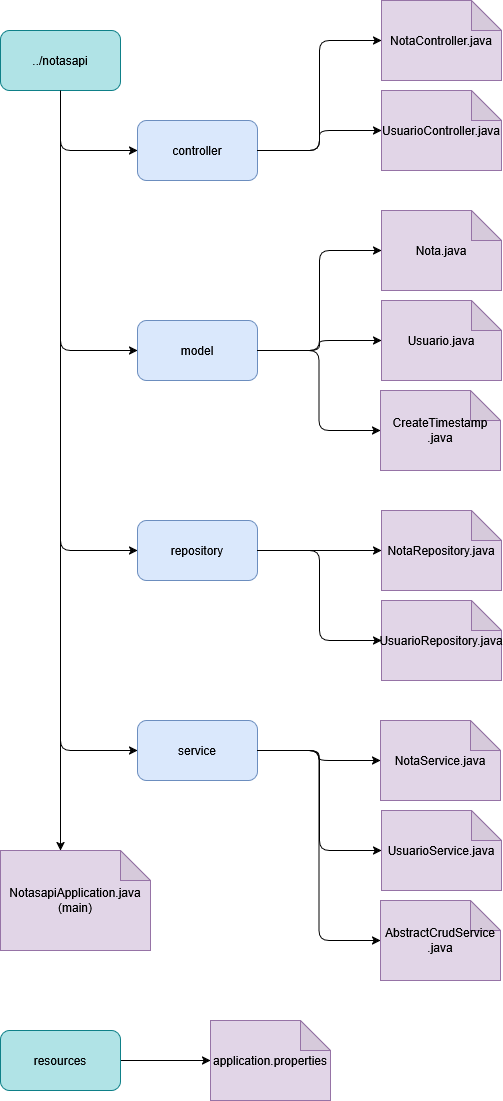
Above: imag/Estructura.png in pidaisaca/Actividad-Final-Integrada-UT6-y-UT7 (draw.io), before the change. Source tidied: cells renumbered, new cells last; positions are measured from the earlier drawing's top-left corner, leaving out a move shared by most shapes. Its diagram source:
```xml
<mxGraphModel background="#ffffff">
  <root>
    <mxCell id="0" />
    <mxCell id="1" parent="0" />
    <mxCell id="2" style="edgeStyle=orthogonalEdgeStyle;rounded=1;jettySize=auto;html=1;entryX=0;entryY=0.5;entryDx=0;entryDy=0;exitX=0.5;exitY=1;exitDx=0;exitDy=0;" parent="1" edge="1" source="6" target="7">
      <mxGeometry relative="1" as="geometry" />
    </mxCell>
    <mxCell id="3" style="edgeStyle=orthogonalEdgeStyle;rounded=1;jettySize=auto;html=1;exitX=0.5;exitY=1;exitDx=0;exitDy=0;entryX=0;entryY=0.5;entryDx=0;entryDy=0;" parent="1" edge="1" source="6" target="8">
      <mxGeometry relative="1" as="geometry" />
    </mxCell>
    <mxCell id="4" style="edgeStyle=orthogonalEdgeStyle;rounded=1;jettySize=auto;html=1;exitX=0.5;exitY=1;exitDx=0;exitDy=0;entryX=0;entryY=0.5;entryDx=0;entryDy=0;" parent="1" edge="1" source="6" target="9">
      <mxGeometry relative="1" as="geometry" />
    </mxCell>
    <mxCell id="5" style="edgeStyle=orthogonalEdgeStyle;rounded=1;jettySize=auto;html=1;exitX=0.5;exitY=1;exitDx=0;exitDy=0;entryX=0;entryY=0.5;entryDx=0;entryDy=0;" parent="1" edge="1" source="6" target="10">
      <mxGeometry relative="1" as="geometry" />
    </mxCell>
    <mxCell id="6" value="../notasapi" style="rounded=1;whiteSpace=wrap;html=1;fillColor=#b0e3e6;strokeColor=#0e8088;" parent="1" vertex="1">
      <mxGeometry y="30" width="120" height="60" as="geometry" />
    </mxCell>
    <mxCell id="7" value="controller" style="rounded=1;whiteSpace=wrap;html=1;fillColor=#dae8fc;strokeColor=#6c8ebf;" parent="1" vertex="1">
      <mxGeometry x="137" y="120" width="120" height="60" as="geometry" />
    </mxCell>
    <mxCell id="8" value="model" style="rounded=1;whiteSpace=wrap;html=1;fillColor=#dae8fc;strokeColor=#6c8ebf;" parent="1" vertex="1">
      <mxGeometry x="137" y="320" width="120" height="60" as="geometry" />
    </mxCell>
    <mxCell id="9" value="repository" style="rounded=1;whiteSpace=wrap;html=1;fillColor=#dae8fc;strokeColor=#6c8ebf;" parent="1" vertex="1">
      <mxGeometry x="137" y="520" width="120" height="60" as="geometry" />
    </mxCell>
    <mxCell id="10" value="service" style="rounded=1;whiteSpace=wrap;html=1;fillColor=#dae8fc;strokeColor=#6c8ebf;" parent="1" vertex="1">
      <mxGeometry x="137" y="720" width="120" height="60" as="geometry" />
    </mxCell>
    <mxCell id="11" value="NotaController.java" style="shape=note;whiteSpace=wrap;html=1;backgroundOutline=1;darkOpacity=0.05;fillStyle=auto;fillColor=#e1d5e7;strokeColor=#9673a6;rounded=1;" parent="1" vertex="1">
      <mxGeometry x="381" width="120" height="80" as="geometry" />
    </mxCell>
    <mxCell id="12" value="UsuarioController.java" style="shape=note;whiteSpace=wrap;html=1;backgroundOutline=1;darkOpacity=0.05;fillColor=#e1d5e7;strokeColor=#9673a6;rounded=1;" parent="1" vertex="1">
      <mxGeometry x="381" y="90" width="120" height="80" as="geometry" />
    </mxCell>
    <mxCell id="13" style="edgeStyle=orthogonalEdgeStyle;rounded=1;jettySize=auto;html=1;exitX=1;exitY=0.5;exitDx=0;exitDy=0;entryX=0;entryY=0.5;entryDx=0;entryDy=0;entryPerimeter=0;" parent="1" edge="1" source="7" target="12">
      <mxGeometry relative="1" as="geometry" />
    </mxCell>
    <mxCell id="14" style="edgeStyle=orthogonalEdgeStyle;rounded=1;jettySize=auto;html=1;exitX=1;exitY=0.5;exitDx=0;exitDy=0;entryX=0;entryY=0.5;entryDx=0;entryDy=0;entryPerimeter=0;" parent="1" edge="1" source="7" target="11">
      <mxGeometry relative="1" as="geometry" />
    </mxCell>
    <mxCell id="15" value="Nota.java" style="shape=note;whiteSpace=wrap;html=1;backgroundOutline=1;darkOpacity=0.05;fillColor=#e1d5e7;strokeColor=#9673a6;rounded=1;" parent="1" vertex="1">
      <mxGeometry x="381" y="210" width="120" height="80" as="geometry" />
    </mxCell>
    <mxCell id="16" value="Usuario.java" style="shape=note;whiteSpace=wrap;html=1;backgroundOutline=1;darkOpacity=0.05;fillColor=#e1d5e7;strokeColor=#9673a6;rounded=1;" parent="1" vertex="1">
      <mxGeometry x="381" y="300" width="120" height="80" as="geometry" />
    </mxCell>
    <mxCell id="17" value="NotaRepository.java" style="shape=note;whiteSpace=wrap;html=1;backgroundOutline=1;darkOpacity=0.05;fillColor=#e1d5e7;strokeColor=#9673a6;rounded=1;" parent="1" vertex="1">
      <mxGeometry x="381" y="510" width="120" height="80" as="geometry" />
    </mxCell>
    <mxCell id="18" value="UsuarioRepository.java" style="shape=note;whiteSpace=wrap;html=1;backgroundOutline=1;darkOpacity=0.05;fillColor=#e1d5e7;strokeColor=#9673a6;rounded=1;" parent="1" vertex="1">
      <mxGeometry x="381" y="600" width="120" height="80" as="geometry" />
    </mxCell>
    <mxCell id="19" value="NotaService.java" style="shape=note;whiteSpace=wrap;html=1;backgroundOutline=1;darkOpacity=0.05;fillColor=#e1d5e7;strokeColor=#9673a6;rounded=1;" parent="1" vertex="1">
      <mxGeometry x="380" y="720" width="120" height="80" as="geometry" />
    </mxCell>
    <mxCell id="20" value="UsuarioService.java" style="shape=note;whiteSpace=wrap;html=1;backgroundOutline=1;darkOpacity=0.05;fillColor=#e1d5e7;strokeColor=#9673a6;rounded=1;" parent="1" vertex="1">
      <mxGeometry x="381" y="810" width="120" height="80" as="geometry" />
    </mxCell>
    <mxCell id="21" style="edgeStyle=orthogonalEdgeStyle;rounded=1;jettySize=auto;html=1;exitX=1;exitY=0.5;exitDx=0;exitDy=0;entryX=0;entryY=0.5;entryDx=0;entryDy=0;entryPerimeter=0;" parent="1" edge="1" source="8" target="15">
      <mxGeometry relative="1" as="geometry" />
    </mxCell>
    <mxCell id="22" style="edgeStyle=orthogonalEdgeStyle;rounded=1;jettySize=auto;html=1;exitX=1;exitY=0.5;exitDx=0;exitDy=0;entryX=0;entryY=0.5;entryDx=0;entryDy=0;entryPerimeter=0;" parent="1" edge="1" source="8" target="16">
      <mxGeometry relative="1" as="geometry" />
    </mxCell>
    <mxCell id="23" style="edgeStyle=orthogonalEdgeStyle;rounded=1;jettySize=auto;html=1;exitX=1;exitY=0.5;exitDx=0;exitDy=0;entryX=0;entryY=0.5;entryDx=0;entryDy=0;entryPerimeter=0;" parent="1" edge="1" source="9" target="17">
      <mxGeometry relative="1" as="geometry" />
    </mxCell>
    <mxCell id="24" style="edgeStyle=orthogonalEdgeStyle;rounded=1;jettySize=auto;html=1;exitX=1;exitY=0.5;exitDx=0;exitDy=0;entryX=0;entryY=0.5;entryDx=0;entryDy=0;entryPerimeter=0;" parent="1" edge="1" source="9" target="18">
      <mxGeometry relative="1" as="geometry" />
    </mxCell>
    <mxCell id="25" style="edgeStyle=orthogonalEdgeStyle;rounded=1;jettySize=auto;html=1;exitX=1;exitY=0.5;exitDx=0;exitDy=0;entryX=0;entryY=0.5;entryDx=0;entryDy=0;entryPerimeter=0;" parent="1" edge="1" source="10" target="19">
      <mxGeometry relative="1" as="geometry" />
    </mxCell>
    <mxCell id="26" style="edgeStyle=orthogonalEdgeStyle;rounded=1;jettySize=auto;html=1;exitX=1;exitY=0.5;exitDx=0;exitDy=0;entryX=0;entryY=0.5;entryDx=0;entryDy=0;entryPerimeter=0;" parent="1" edge="1" source="10" target="20">
      <mxGeometry relative="1" as="geometry" />
    </mxCell>
    <mxCell id="27" value="&lt;div&gt;NotasapiApplication.java&lt;br&gt;(main)&lt;/div&gt;" style="shape=note;whiteSpace=wrap;html=1;backgroundOutline=1;darkOpacity=0.05;fillColor=#e1d5e7;strokeColor=#9673a6;rounded=1;" parent="1" vertex="1">
      <mxGeometry y="850" width="150" height="100" as="geometry" />
    </mxCell>
    <mxCell id="28" style="edgeStyle=orthogonalEdgeStyle;rounded=1;jettySize=auto;html=1;exitX=0.5;exitY=1;exitDx=0;exitDy=0;entryX=0;entryY=0;entryDx=60;entryDy=0;entryPerimeter=0;" parent="1" edge="1" source="6" target="27">
      <mxGeometry relative="1" as="geometry" />
    </mxCell>
    <mxCell id="29" style="edgeStyle=orthogonalEdgeStyle;rounded=1;jettySize=auto;html=1;" parent="1" edge="1" source="30" target="31">
      <mxGeometry relative="1" as="geometry" />
    </mxCell>
    <mxCell id="30" value="resources" style="rounded=1;whiteSpace=wrap;html=1;fillColor=#b0e3e6;strokeColor=#0e8088;" parent="1" vertex="1">
      <mxGeometry y="1030" width="120" height="60" as="geometry" />
    </mxCell>
    <mxCell id="31" value="application.properties" style="shape=note;whiteSpace=wrap;html=1;backgroundOutline=1;darkOpacity=0.05;fillColor=#e1d5e7;strokeColor=#9673a6;rounded=1;" parent="1" vertex="1">
      <mxGeometry x="210" y="1020" width="120" height="80" as="geometry" />
    </mxCell>
    <mxCell id="32" value="&lt;div&gt;AbstractCrudService&lt;/div&gt;&lt;div&gt;.java&lt;/div&gt;" style="shape=note;whiteSpace=wrap;html=1;backgroundOutline=1;darkOpacity=0.05;fillColor=#e1d5e7;strokeColor=#9673a6;rounded=1;" parent="1" vertex="1">
      <mxGeometry x="380" y="900" width="120" height="80" as="geometry" />
    </mxCell>
    <mxCell id="33" style="edgeStyle=orthogonalEdgeStyle;rounded=1;jettySize=auto;html=1;exitX=1;exitY=0.5;exitDx=0;exitDy=0;entryX=0;entryY=0.5;entryDx=0;entryDy=0;entryPerimeter=0;" parent="1" edge="1" source="10" target="32">
      <mxGeometry relative="1" as="geometry" />
    </mxCell>
    <mxCell id="34" value="&lt;div&gt;CreateTimestamp&lt;/div&gt;&lt;div&gt;.java&lt;/div&gt;" style="shape=note;whiteSpace=wrap;html=1;backgroundOutline=1;darkOpacity=0.05;fillColor=#e1d5e7;strokeColor=#9673a6;rounded=1;" parent="1" vertex="1">
      <mxGeometry x="380" y="390" width="120" height="80" as="geometry" />
    </mxCell>
    <mxCell id="35" style="edgeStyle=orthogonalEdgeStyle;rounded=1;jettySize=auto;html=1;exitX=1;exitY=0.5;exitDx=0;exitDy=0;entryX=0;entryY=0.5;entryDx=0;entryDy=0;entryPerimeter=0;" parent="1" edge="1" source="8" target="34">
      <mxGeometry relative="1" as="geometry" />
    </mxCell>
  </root>
</mxGraphModel>
```
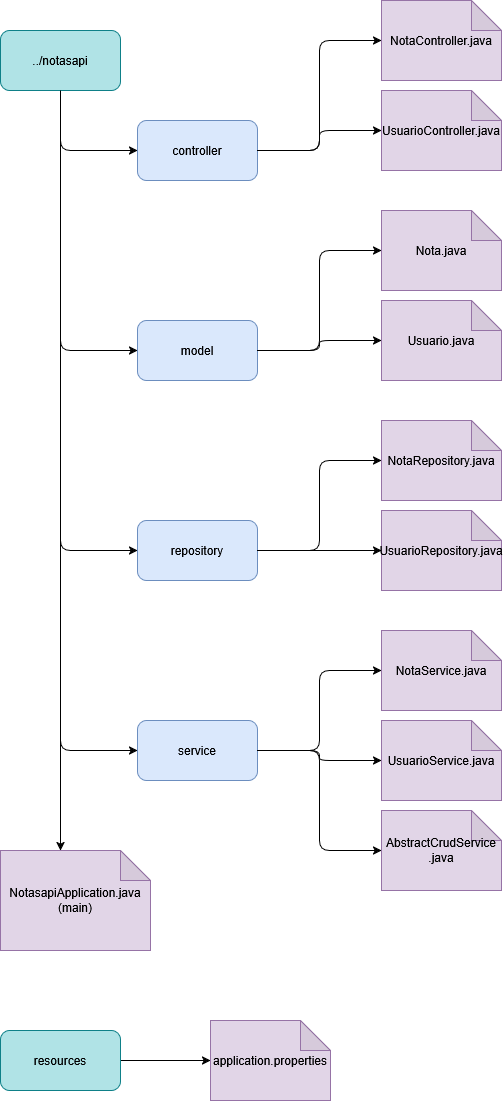
Above is the later version.

Commit message:
Corregido el diagrama, eliminada la clase CreateTimestamp.java (innecesaria) añadida la prueba de funcionamiento del metodo POST-Notas

Diff of the diagram source:
```diff
@@ -48,16 +48,16 @@
       <mxGeometry x="381" y="300" width="120" height="80" as="geometry" />
     </mxCell>
     <mxCell id="17" value="NotaRepository.java" style="shape=note;whiteSpace=wrap;html=1;backgroundOutline=1;darkOpacity=0.05;fillColor=#e1d5e7;strokeColor=#9673a6;rounded=1;" parent="1" vertex="1">
-      <mxGeometry x="381" y="510" width="120" height="80" as="geometry" />
+      <mxGeometry x="381" y="420" width="120" height="80" as="geometry" />
     </mxCell>
     <mxCell id="18" value="UsuarioRepository.java" style="shape=note;whiteSpace=wrap;html=1;backgroundOutline=1;darkOpacity=0.05;fillColor=#e1d5e7;strokeColor=#9673a6;rounded=1;" parent="1" vertex="1">
-      <mxGeometry x="381" y="600" width="120" height="80" as="geometry" />
+      <mxGeometry x="381" y="510" width="120" height="80" as="geometry" />
     </mxCell>
     <mxCell id="19" value="NotaService.java" style="shape=note;whiteSpace=wrap;html=1;backgroundOutline=1;darkOpacity=0.05;fillColor=#e1d5e7;strokeColor=#9673a6;rounded=1;" parent="1" vertex="1">
-      <mxGeometry x="380" y="720" width="120" height="80" as="geometry" />
+      <mxGeometry x="381" y="630" width="120" height="80" as="geometry" />
     </mxCell>
     <mxCell id="20" value="UsuarioService.java" style="shape=note;whiteSpace=wrap;html=1;backgroundOutline=1;darkOpacity=0.05;fillColor=#e1d5e7;strokeColor=#9673a6;rounded=1;" parent="1" vertex="1">
-      <mxGeometry x="381" y="810" width="120" height="80" as="geometry" />
+      <mxGeometry x="381" y="720" width="120" height="80" as="geometry" />
     </mxCell>
     <mxCell id="21" style="edgeStyle=orthogonalEdgeStyle;rounded=1;jettySize=auto;html=1;exitX=1;exitY=0.5;exitDx=0;exitDy=0;entryX=0;entryY=0.5;entryDx=0;entryDy=0;entryPerimeter=0;" parent="1" edge="1" source="8" target="15">
       <mxGeometry relative="1" as="geometry" />
@@ -93,16 +93,10 @@
       <mxGeometry x="210" y="1020" width="120" height="80" as="geometry" />
     </mxCell>
     <mxCell id="32" value="&lt;div&gt;AbstractCrudService&lt;/div&gt;&lt;div&gt;.java&lt;/div&gt;" style="shape=note;whiteSpace=wrap;html=1;backgroundOutline=1;darkOpacity=0.05;fillColor=#e1d5e7;strokeColor=#9673a6;rounded=1;" parent="1" vertex="1">
-      <mxGeometry x="380" y="900" width="120" height="80" as="geometry" />
+      <mxGeometry x="381" y="810" width="120" height="80" as="geometry" />
     </mxCell>
     <mxCell id="33" style="edgeStyle=orthogonalEdgeStyle;rounded=1;jettySize=auto;html=1;exitX=1;exitY=0.5;exitDx=0;exitDy=0;entryX=0;entryY=0.5;entryDx=0;entryDy=0;entryPerimeter=0;" parent="1" edge="1" source="10" target="32">
       <mxGeometry relative="1" as="geometry" />
     </mxCell>
-    <mxCell id="34" value="&lt;div&gt;CreateTimestamp&lt;/div&gt;&lt;div&gt;.java&lt;/div&gt;" style="shape=note;whiteSpace=wrap;html=1;backgroundOutline=1;darkOpacity=0.05;fillColor=#e1d5e7;strokeColor=#9673a6;rounded=1;" parent="1" vertex="1">
-      <mxGeometry x="380" y="390" width="120" height="80" as="geometry" />
-    </mxCell>
-    <mxCell id="35" style="edgeStyle=orthogonalEdgeStyle;rounded=1;jettySize=auto;html=1;exitX=1;exitY=0.5;exitDx=0;exitDy=0;entryX=0;entryY=0.5;entryDx=0;entryDy=0;entryPerimeter=0;" parent="1" edge="1" source="8" target="34">
-      <mxGeometry relative="1" as="geometry" />
-    </mxCell>
   </root>
 </mxGraphModel>
```
